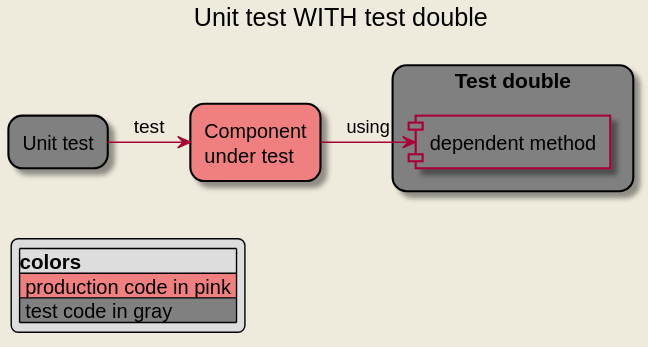
Above: readme-resources/test-double-after.svg in JulienRobberechts/nodejs-test-double-guide (PlantUML), before the change.
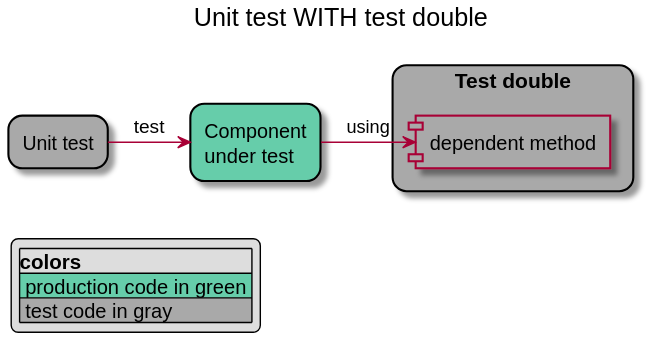
The same diagram one commit later.

The edit, as a diff of the source:
```diff
@@ -1,5 +1,5 @@
 @startuml
-skinparam backgroundColor #EEEBDC
+skinparam backgroundColor White
 
 title
   Unit test WITH test double
@@ -9,12 +9,12 @@
     roundCorner 20
 }
 
-rectangle "Unit test" as UnitTest #gray
+rectangle "Unit test" as UnitTest #DarkGrey
 
-rectangle "Component\nunder test" as cut #LightCoral
+rectangle "Component\nunder test" as cut #MediumAquaMarine
 
-rectangle "Test double" as TestDoubleDependency #gray {
-  component "dependent method" as TestDoubleDependencyMethod #gray
+rectangle "Test double" as TestDoubleDependency #DarkGrey {
+  component "dependent method" as TestDoubleDependencyMethod #DarkGrey
 }
 
 UnitTest -> cut: test
@@ -22,8 +22,8 @@
 
 legend left
 |colors|
-|<#LightCoral> production code in pink |
-|<#gray> test code in gray |
+|<#MediumAquaMarine> production code in green |
+|<#DarkGrey> test code in gray |
 endlegend
 
 @enduml
```
